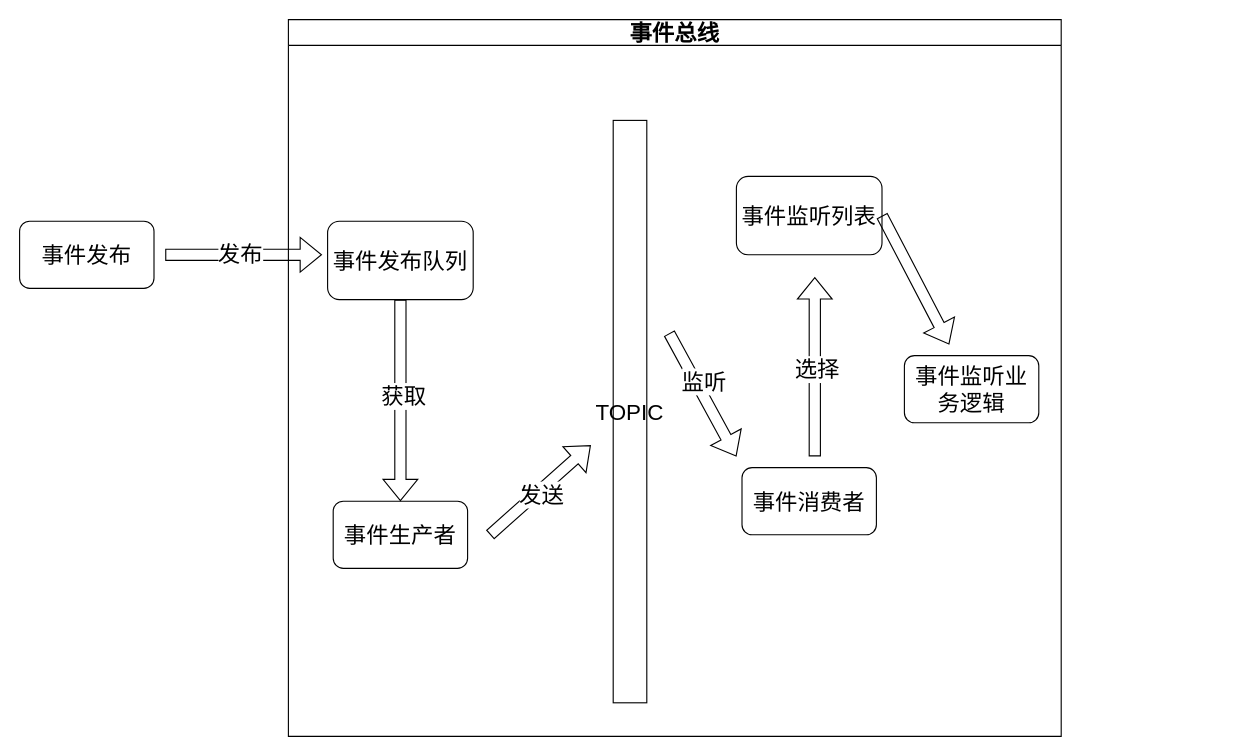
java-zengguang/images keeps this draw.io diagram as 事件总线原理图.drawio. Above is the earlier version. Source tidied: cells renumbered, new cells numbered last; positions are measured from the earlier drawing's top-left corner, leaving out a move shared by most shapes. Both pictures are drawn from the tidied source at 112%, with x=0, y=0 at pixel (19, 19).
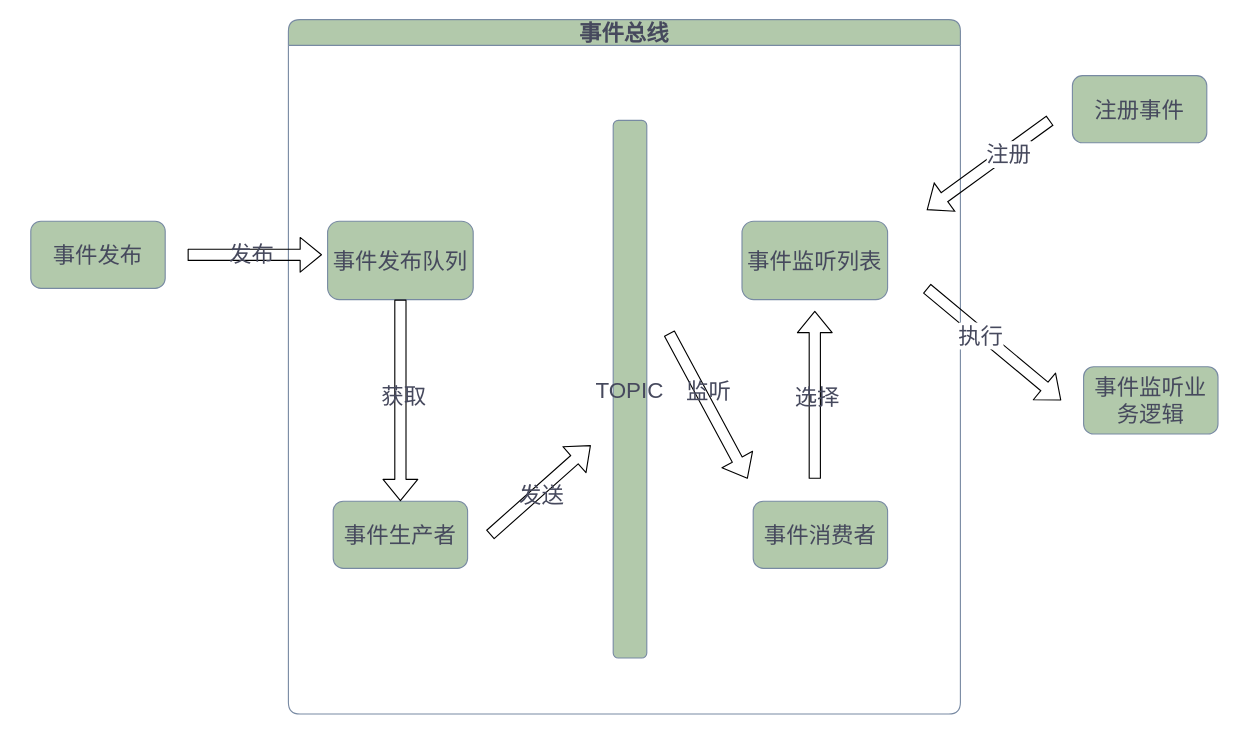
After the change.

Commit message:
更新事件总线原理图.drawio

Change to the diagram source:
```diff
@@
-    <mxCell id="2" value="&lt;font style=&quot;font-size: 20px;&quot;&gt;事件总线&lt;/font&gt;" style="swimlane;whiteSpace=wrap;html=1;" parent="1" vertex="1">
-      <mxGeometry x="240" width="690" height="640" as="geometry" />
+    <mxCell id="2" value="&lt;font style=&quot;font-size: 20px;&quot;&gt;事件总线&lt;/font&gt;" style="swimlane;whiteSpace=wrap;html=1;fillColor=#B2C9AB;strokeColor=#788AA3;rounded=1;labelBackgroundColor=none;fontColor=#46495D;" parent="1" vertex="1">
+      <mxGeometry x="240" width="600" height="620" as="geometry" />
     </mxCell>
-    <mxCell id="3" value="&lt;font style=&quot;font-size: 20px;&quot;&gt;事件生产者&lt;/font&gt;" style="rounded=1;whiteSpace=wrap;html=1;" parent="2" vertex="1">
+    <mxCell id="3" value="&lt;font style=&quot;font-size: 20px;&quot;&gt;事件生产者&lt;/font&gt;" style="rounded=1;whiteSpace=wrap;html=1;labelBackgroundColor=none;fillColor=#B2C9AB;strokeColor=#788AA3;fontColor=#46495D;" parent="2" vertex="1">
       <mxGeometry x="40" y="430" width="120" height="60" as="geometry" />
     </mxCell>
-    <mxCell id="4" value="&lt;font style=&quot;font-size: 20px;&quot;&gt;事件消费者&lt;/font&gt;" style="rounded=1;whiteSpace=wrap;html=1;" parent="2" vertex="1">
-      <mxGeometry x="405" y="400" width="120" height="60" as="geometry" />
+    <mxCell id="4" value="&lt;font style=&quot;font-size: 20px;&quot;&gt;事件消费者&lt;/font&gt;" style="rounded=1;whiteSpace=wrap;html=1;labelBackgroundColor=none;fillColor=#B2C9AB;strokeColor=#788AA3;fontColor=#46495D;" parent="2" vertex="1">
+      <mxGeometry x="415" y="430" width="120" height="60" as="geometry" />
     </mxCell>
-    <mxCell id="5" value="&lt;font style=&quot;font-size: 20px;&quot;&gt;事件监听列表&lt;/font&gt;" style="rounded=1;whiteSpace=wrap;html=1;" parent="2" vertex="1">
-      <mxGeometry x="400" y="140" width="130" height="70" as="geometry" />
+    <mxCell id="5" value="&lt;font style=&quot;font-size: 20px;&quot;&gt;事件监听列表&lt;/font&gt;" style="rounded=1;whiteSpace=wrap;html=1;labelBackgroundColor=none;fillColor=#B2C9AB;strokeColor=#788AA3;fontColor=#46495D;" parent="2" vertex="1">
+      <mxGeometry x="405" y="180" width="130" height="70" as="geometry" />
     </mxCell>
-    <mxCell id="6" value="&lt;font style=&quot;font-size: 20px;&quot;&gt;事件发布队列&lt;/font&gt;" style="rounded=1;whiteSpace=wrap;html=1;" parent="2" vertex="1">
+    <mxCell id="6" value="&lt;font style=&quot;font-size: 20px;&quot;&gt;事件发布队列&lt;/font&gt;" style="rounded=1;whiteSpace=wrap;html=1;labelBackgroundColor=none;fillColor=#B2C9AB;strokeColor=#788AA3;fontColor=#46495D;" parent="2" vertex="1">
       <mxGeometry x="35" y="180" width="130" height="70" as="geometry" />
     </mxCell>
-    <mxCell id="7" style="shape=flexArrow;endArrow=classic;html=1;rounded=0;exitX=0.5;exitY=1;exitDx=0;exitDy=0;" parent="2" edge="1" source="6" target="3">
+    <mxCell id="7" style="shape=flexArrow;endArrow=classic;html=1;rounded=1;exitX=0.5;exitY=1;exitDx=0;exitDy=0;labelBackgroundColor=none;fontColor=default;" parent="2" edge="1" source="6" target="3">
       <mxGeometry relative="1" as="geometry" />
     </mxCell>
-    <mxCell id="8" value="&lt;font style=&quot;font-size: 20px;&quot;&gt;获取&lt;/font&gt;" style="edgeLabel;html=1;align=center;verticalAlign=middle;" parent="7" vertex="1">
+    <mxCell id="8" value="&lt;font style=&quot;font-size: 20px;&quot;&gt;获取&lt;/font&gt;" style="edgeLabel;html=1;align=center;verticalAlign=middle;rounded=1;labelBackgroundColor=none;fontColor=#46495D;" parent="7" vertex="1">
       <mxGeometry x="-0.06" y="2" relative="1" as="geometry" />
     </mxCell>
-    <mxCell id="9" value="&lt;font style=&quot;font-size: 20px;&quot;&gt;TOPIC&lt;/font&gt;" style="rounded=0;whiteSpace=wrap;html=1;" parent="2" vertex="1">
-      <mxGeometry x="290" y="90" width="30" height="520" as="geometry" />
+    <mxCell id="9" value="&lt;font style=&quot;font-size: 20px;&quot;&gt;TOPIC&lt;/font&gt;" style="rounded=1;whiteSpace=wrap;html=1;labelBackgroundColor=none;fillColor=#B2C9AB;strokeColor=#788AA3;fontColor=#46495D;" parent="2" vertex="1">
+      <mxGeometry x="290" y="90" width="30" height="480" as="geometry" />
     </mxCell>
-    <mxCell id="10" style="shape=flexArrow;endArrow=classic;html=1;rounded=0;" parent="2" edge="1">
+    <mxCell id="10" style="shape=flexArrow;endArrow=classic;html=1;rounded=1;labelBackgroundColor=none;fontColor=default;" parent="2" edge="1">
       <mxGeometry relative="1" as="geometry">
         <mxPoint x="180" y="460" as="sourcePoint" />
         <mxPoint x="270" y="380" as="targetPoint" />
       </mxGeometry>
     </mxCell>
-    <mxCell id="11" value="&lt;font style=&quot;font-size: 20px;&quot;&gt;发送&lt;/font&gt;" style="edgeLabel;html=1;align=center;verticalAlign=middle;" parent="10" vertex="1">
+    <mxCell id="11" value="&lt;font style=&quot;font-size: 20px;&quot;&gt;发送&lt;/font&gt;" style="edgeLabel;html=1;align=center;verticalAlign=middle;rounded=1;labelBackgroundColor=none;fontColor=#46495D;" parent="10" vertex="1">
       <mxGeometry x="-0.02" y="-4" relative="1" as="geometry">
         <mxPoint x="-1" as="offset" />
       </mxGeometry>
     </mxCell>
-    <mxCell id="12" style="shape=flexArrow;endArrow=classic;html=1;rounded=0;" parent="2" edge="1">
+    <mxCell id="12" style="shape=flexArrow;endArrow=classic;html=1;rounded=1;labelBackgroundColor=none;fontColor=default;" parent="2" edge="1">
       <mxGeometry relative="1" as="geometry">
         <mxPoint x="340" y="280" as="sourcePoint" />
-        <mxPoint x="400" y="390" as="targetPoint" />
+        <mxPoint x="410" y="410" as="targetPoint" />
       </mxGeometry>
     </mxCell>
-    <mxCell id="13" value="&lt;font style=&quot;font-size: 20px;&quot;&gt;监听&lt;/font&gt;" style="edgeLabel;html=1;align=center;verticalAlign=middle;" parent="12" vertex="1">
+    <mxCell id="13" value="&lt;span style=&quot;font-size: 20px;&quot;&gt;监听&lt;/span&gt;" style="edgeLabel;html=1;align=center;verticalAlign=middle;rounded=1;labelBackgroundColor=none;fontColor=#46495D;" parent="12" vertex="1">
       <mxGeometry x="-0.17" y="6" relative="1" as="geometry" />
     </mxCell>
-    <mxCell id="14" style="shape=flexArrow;endArrow=classic;html=1;rounded=0;" parent="2" edge="1">
+    <mxCell id="14" style="shape=flexArrow;endArrow=classic;html=1;rounded=1;labelBackgroundColor=none;fontColor=default;" parent="2" edge="1">
       <mxGeometry relative="1" as="geometry">
-        <mxPoint x="470" y="390" as="sourcePoint" />
-        <mxPoint x="470" y="230" as="targetPoint" />
+        <mxPoint x="470" y="410" as="sourcePoint" />
+        <mxPoint x="470" y="260" as="targetPoint" />
       </mxGeometry>
     </mxCell>
-    <mxCell id="15" value="&lt;span style=&quot;font-size: 20px;&quot;&gt;选择&lt;/span&gt;" style="edgeLabel;html=1;align=center;verticalAlign=middle;" parent="14" vertex="1">
+    <mxCell id="15" value="&lt;span style=&quot;font-size: 20px;&quot;&gt;选择&lt;/span&gt;" style="edgeLabel;html=1;align=center;verticalAlign=middle;rounded=1;labelBackgroundColor=none;fontColor=#46495D;" parent="14" vertex="1">
       <mxGeometry x="-0.01" y="-1" relative="1" as="geometry" />
     </mxCell>
-    <mxCell id="16" style="shape=flexArrow;endArrow=classic;html=1;rounded=0;exitX=1;exitY=0.5;exitDx=0;exitDy=0;" parent="2" edge="1" source="5">
+    <mxCell id="16" style="shape=flexArrow;endArrow=classic;html=1;rounded=1;labelBackgroundColor=none;fontColor=default;" parent="2" edge="1">
       <mxGeometry relative="1" as="geometry">
-        <mxPoint x="590" y="290" as="targetPoint" />
+        <mxPoint x="570" y="240" as="sourcePoint" />
+        <mxPoint x="690" y="340" as="targetPoint" />
       </mxGeometry>
     </mxCell>
-    <mxCell id="17" value="&lt;font style=&quot;font-size: 20px;&quot;&gt;事件监听业务逻辑&lt;/font&gt;" style="rounded=1;whiteSpace=wrap;html=1;" parent="2" vertex="1">
-      <mxGeometry x="550" y="300" width="120" height="60" as="geometry" />
-    </mxCell>
+    <mxCell id="21" value="&lt;font style=&quot;font-size: 20px;&quot;&gt;执行&lt;/font&gt;" style="edgeLabel;html=1;align=center;verticalAlign=middle;strokeColor=#788AA3;fontColor=#46495D;fillColor=#B2C9AB;" parent="16" vertex="1">
+      <mxGeometry x="-0.17" y="-4" relative="1" as="geometry">
+        <mxPoint y="-3" as="offset" />
+      </mxGeometry>
+    </mxCell>
-    <mxCell id="18" value="&lt;font style=&quot;font-size: 20px;&quot;&gt;事件发布&lt;/font&gt;" style="rounded=1;whiteSpace=wrap;html=1;" parent="1" vertex="1">
-      <mxGeometry y="180" width="120" height="60" as="geometry" />
+    <mxCell id="18" value="&lt;font style=&quot;font-size: 20px;&quot;&gt;事件发布&lt;/font&gt;" style="rounded=1;whiteSpace=wrap;html=1;labelBackgroundColor=none;fillColor=#B2C9AB;strokeColor=#788AA3;fontColor=#46495D;" parent="1" vertex="1">
+      <mxGeometry x="10" y="180" width="120" height="60" as="geometry" />
     </mxCell>
-    <mxCell id="19" style="shape=flexArrow;endArrow=classic;html=1;rounded=0;" parent="1" edge="1">
+    <mxCell id="19" style="shape=flexArrow;endArrow=classic;html=1;rounded=1;labelBackgroundColor=none;fontColor=default;" parent="1" edge="1">
       <mxGeometry relative="1" as="geometry">
-        <mxPoint x="130" y="210" as="sourcePoint" />
+        <mxPoint x="150" y="210" as="sourcePoint" />
         <mxPoint x="270" y="210" as="targetPoint" />
       </mxGeometry>
     </mxCell>
-    <mxCell id="20" value="&lt;font style=&quot;font-size: 20px;&quot;&gt;发布&lt;/font&gt;" style="edgeLabel;html=1;align=center;verticalAlign=middle;" parent="19" vertex="1">
+    <mxCell id="20" value="&lt;font style=&quot;font-size: 20px;&quot;&gt;发布&lt;/font&gt;" style="edgeLabel;html=1;align=center;verticalAlign=middle;rounded=1;labelBackgroundColor=none;fontColor=#46495D;" parent="19" vertex="1">
       <mxGeometry x="-0.06" y="2" relative="1" as="geometry" />
     </mxCell>
+    <mxCell id="17" value="&lt;font style=&quot;font-size: 20px;&quot;&gt;事件监听业务逻辑&lt;/font&gt;" style="rounded=1;whiteSpace=wrap;html=1;labelBackgroundColor=none;fillColor=#B2C9AB;strokeColor=#788AA3;fontColor=#46495D;" parent="1" vertex="1">
+      <mxGeometry x="950" y="310" width="120" height="60" as="geometry" />
+    </mxCell>
+    <mxCell id="22" value="&lt;font style=&quot;font-size: 20px;&quot;&gt;注册事件&lt;/font&gt;" style="rounded=1;whiteSpace=wrap;html=1;labelBackgroundColor=none;fillColor=#B2C9AB;strokeColor=#788AA3;fontColor=#46495D;" parent="1" vertex="1">
+      <mxGeometry x="940" y="50" width="120" height="60" as="geometry" />
+    </mxCell>
+    <mxCell id="23" style="shape=flexArrow;endArrow=classic;html=1;rounded=0;fontColor=#46495D;" parent="1" edge="1">
+      <mxGeometry relative="1" as="geometry">
+        <mxPoint x="920" y="90" as="sourcePoint" />
+        <mxPoint x="810" y="170" as="targetPoint" />
+      </mxGeometry>
+    </mxCell>
+    <mxCell id="24" value="&lt;font style=&quot;font-size: 20px;&quot;&gt;注册&lt;/font&gt;" style="edgeLabel;html=1;align=center;verticalAlign=middle;strokeColor=#788AA3;fontColor=#46495D;fillColor=#B2C9AB;" parent="23" vertex="1">
+      <mxGeometry x="-0.29" y="2" relative="1" as="geometry" />
+    </mxCell>
```
